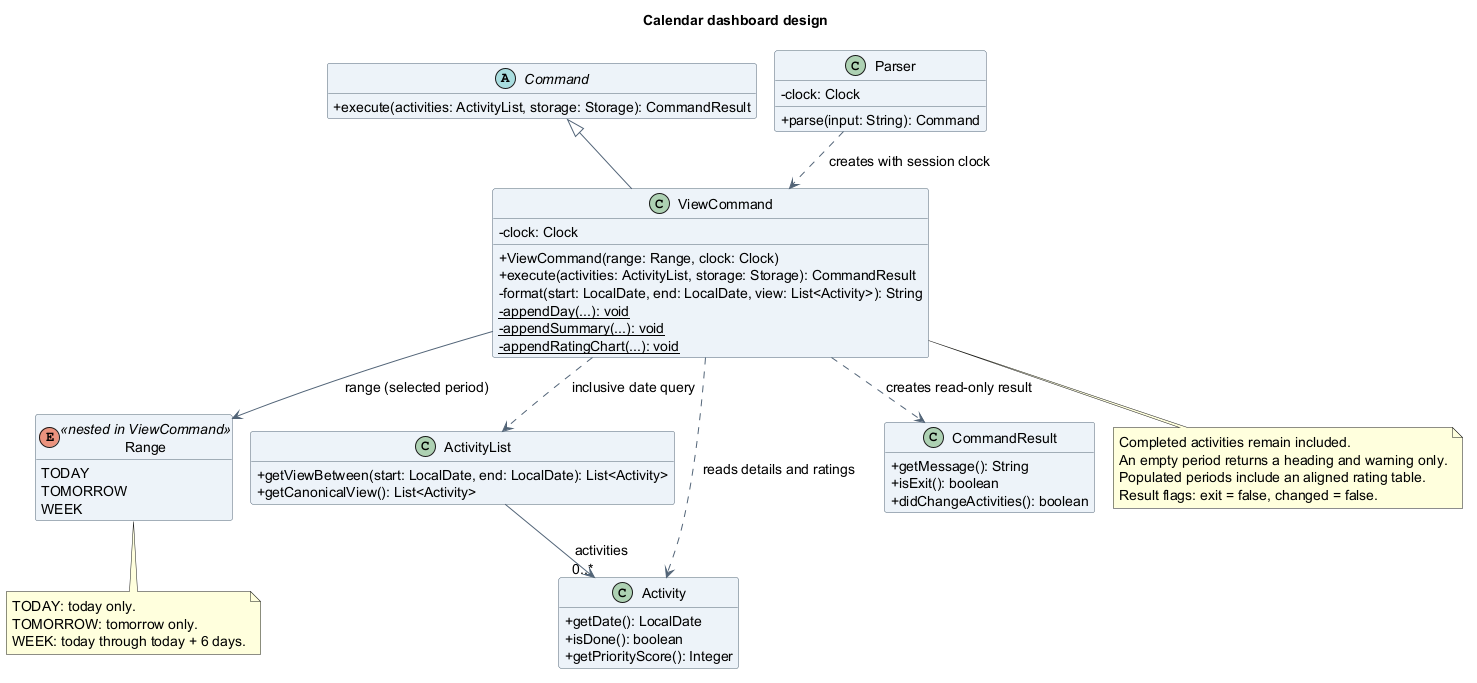
Before: docs/images/atharva/class/CalendarViewClassDiagram.png, a diagram exported from PlantUML (AY2627S1-CS2113-T10-4/tp).
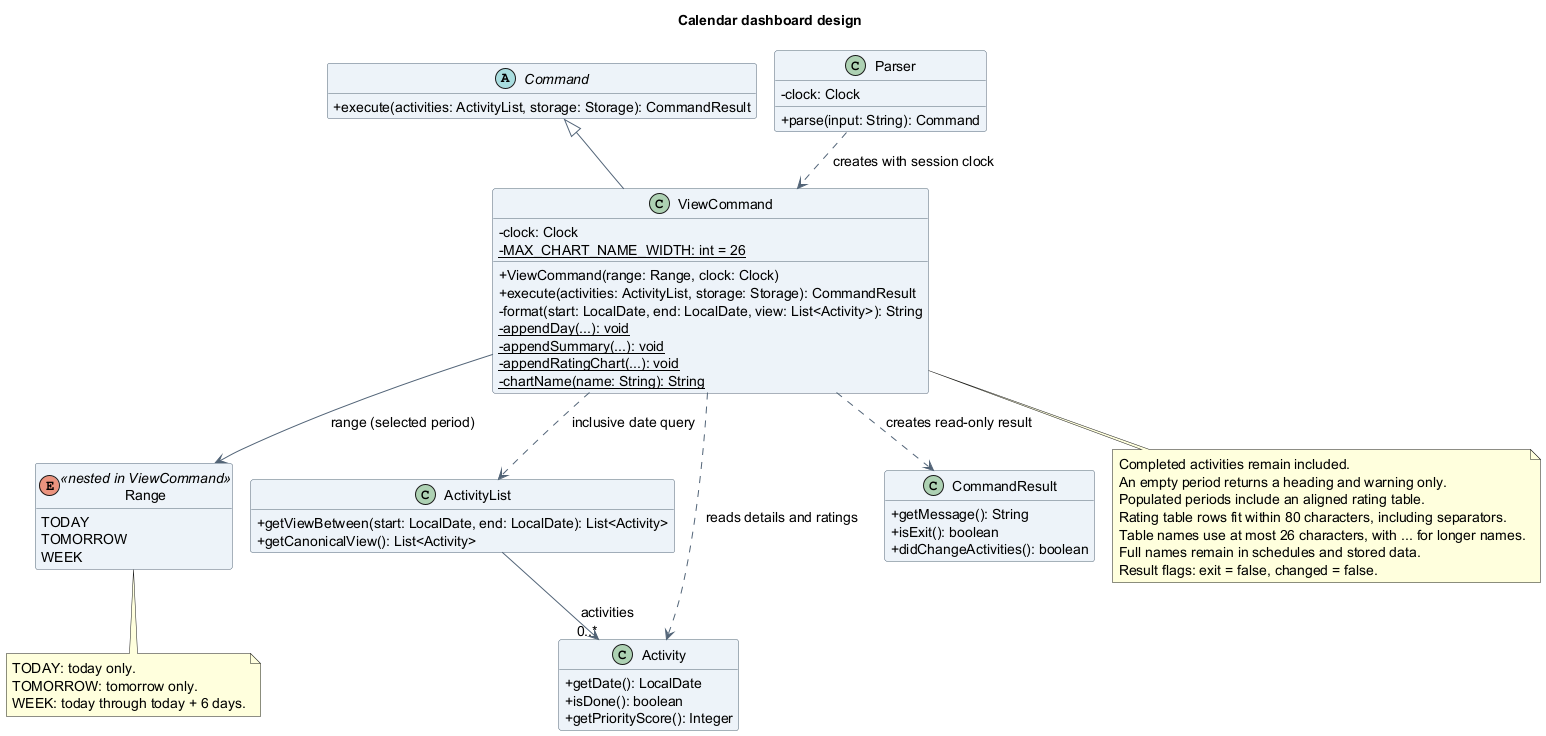
After the commit.

Commit message:
fix(view): cap rating table names to fit 80 columns

Diff of the diagram source:
```diff
@@ -20,12 +20,14 @@
 }
 class ViewCommand {
   -clock: Clock
+  {static} -MAX_CHART_NAME_WIDTH: int = 26
   +ViewCommand(range: Range, clock: Clock)
   +execute(activities: ActivityList, storage: Storage): CommandResult
   -format(start: LocalDate, end: LocalDate, view: List<Activity>): String
   {static} -appendDay(...): void
   {static} -appendSummary(...): void
   {static} -appendRatingChart(...): void
+  {static} -chartName(name: String): String
 }
 enum Range <<nested in ViewCommand>> {
   TODAY
@@ -64,6 +66,9 @@
   Completed activities remain included.
   An empty period returns a heading and warning only.
   Populated periods include an aligned rating table.
+  Rating table rows fit within 80 characters, including separators.
+  Table names use at most 26 characters, with ... for longer names.
+  Full names remain in schedules and stored data.
   Result flags: exit = false, changed = false.
 end note
 @enduml
```
